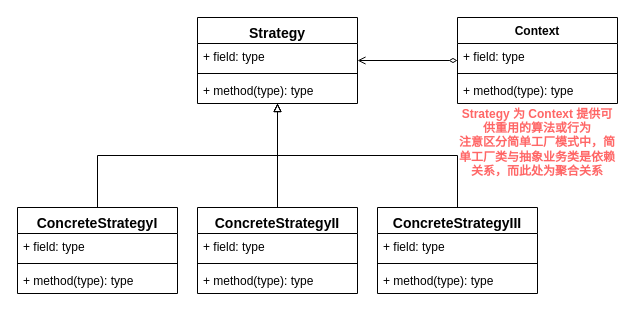
This is page "简单工厂模式" (2 of 6) of docs/Figures/Design Pattern/Design Pattern.drawio from LulietLyan/Internship-Basic, a draw.io file, before an edit. Source tidied: cells renumbered, new cells numbered last; positions are measured from the earlier drawing's top-left corner, leaving out a move shared by most shapes. Both pictures are drawn from the tidied source at 100%, with x=0, y=0 at pixel (17, 17).
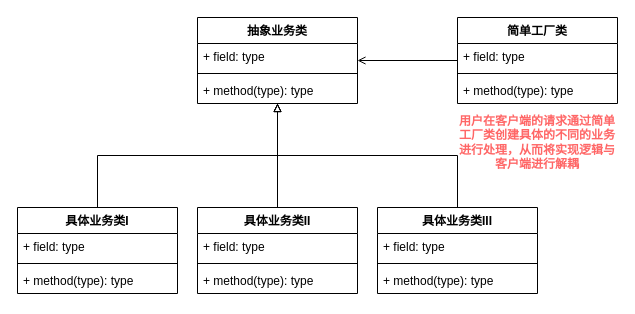
The same diagram, later.

Diff of the diagram source:
```diff
@@
-    <mxCell id="2" value="&lt;div style=&quot;font-size: 14px; line-height: 19px; white-space: pre;&quot;&gt;&lt;font style=&quot;color: rgb(0, 0, 0);&quot; face=&quot;Helvetica&quot;&gt;Strategy&lt;/font&gt;&lt;/div&gt;" style="swimlane;fontStyle=1;align=center;verticalAlign=top;horizontal=1;startSize=26;whiteSpace=wrap;html=1;labelBackgroundColor=none;" parent="1" vertex="1">
+    <mxCell id="2" value="抽象业务类" style="swimlane;fontStyle=1;align=center;verticalAlign=top;horizontal=1;startSize=26;whiteSpace=wrap;html=1;" parent="1" vertex="1">
       <mxGeometry x="180" width="160" height="86" as="geometry" />
     </mxCell>
@@
-    <mxCell id="7" value="&lt;div style=&quot;font-size: 14px; line-height: 19px; white-space: pre;&quot;&gt;&lt;font face=&quot;Helvetica&quot; style=&quot;color: rgb(0, 0, 0);&quot;&gt;ConcreteStrategyI&lt;/font&gt;&lt;/div&gt;" style="swimlane;fontStyle=1;align=center;verticalAlign=top;horizontal=1;startSize=26;whiteSpace=wrap;html=1;labelBackgroundColor=none;" parent="1" vertex="1">
+    <mxCell id="7" value="具体业务类I" style="swimlane;fontStyle=1;align=center;verticalAlign=top;horizontal=1;startSize=26;whiteSpace=wrap;html=1;" parent="1" vertex="1">
       <mxGeometry y="190" width="160" height="86" as="geometry" />
     </mxCell>
@@
-    <mxCell id="12" value="&lt;div style=&quot;font-size: 14px; line-height: 19px; white-space: pre;&quot;&gt;&lt;font face=&quot;Helvetica&quot; style=&quot;color: rgb(0, 0, 0);&quot;&gt;ConcreteStrategyII&lt;/font&gt;&lt;/div&gt;" style="swimlane;fontStyle=1;align=center;verticalAlign=top;horizontal=1;startSize=26;whiteSpace=wrap;html=1;labelBackgroundColor=none;" parent="1" vertex="1">
+    <mxCell id="12" value="具体业务类II" style="swimlane;fontStyle=1;align=center;verticalAlign=top;horizontal=1;startSize=26;whiteSpace=wrap;html=1;" parent="1" vertex="1">
       <mxGeometry x="180" y="190" width="160" height="86" as="geometry" />
     </mxCell>
-    <mxCell id="13" value="+ field: type" style="text;strokeColor=none;fillColor=none;align=left;verticalAlign=top;spacingLeft=4;spacingRight=4;overflow=hidden;whiteSpace=wrap;html=1;labelBackgroundColor=none;" parent="12" vertex="1">
+    <mxCell id="13" value="+ field: type" style="text;strokeColor=none;fillColor=none;align=left;verticalAlign=top;spacingLeft=4;spacingRight=4;overflow=hidden;whiteSpace=wrap;html=1;" parent="12" vertex="1">
       <mxGeometry y="26" width="160" height="26" as="geometry" />
     </mxCell>
@@
-    <mxCell id="17" value="&lt;div style=&quot;font-size: 14px; line-height: 19px; white-space: pre;&quot;&gt;&lt;span&gt;&lt;font face=&quot;Helvetica&quot; style=&quot;color: rgb(0, 0, 0);&quot;&gt;ConcreteStrategyIII&lt;/font&gt;&lt;/span&gt;&lt;/div&gt;" style="swimlane;fontStyle=1;align=center;verticalAlign=top;horizontal=1;startSize=26;whiteSpace=wrap;html=1;labelBackgroundColor=none;" parent="1" vertex="1">
+    <mxCell id="17" value="具体业务类III" style="swimlane;fontStyle=1;align=center;verticalAlign=top;horizontal=1;startSize=26;whiteSpace=wrap;html=1;" parent="1" vertex="1">
       <mxGeometry x="360" y="190" width="160" height="86" as="geometry" />
     </mxCell>
@@
-    <mxCell id="21" style="edgeStyle=orthogonalEdgeStyle;rounded=0;jettySize=auto;html=1;exitX=0;exitY=0.5;exitDx=0;exitDy=0;endArrow=open;endFill=0;startArrow=diamondThin;startFill=0;" parent="1" edge="1" source="22" target="2">
+    <mxCell id="21" style="edgeStyle=orthogonalEdgeStyle;rounded=0;jettySize=auto;html=1;exitX=0;exitY=0.5;exitDx=0;exitDy=0;endArrow=open;endFill=0;" parent="1" edge="1" source="22" target="2">
       <mxGeometry relative="1" as="geometry" />
     </mxCell>
-    <mxCell id="22" value="Context" style="swimlane;fontStyle=1;align=center;verticalAlign=top;horizontal=1;startSize=26;whiteSpace=wrap;html=1;" parent="1" vertex="1">
+    <mxCell id="22" value="简单工厂类" style="swimlane;fontStyle=1;align=center;verticalAlign=top;horizontal=1;startSize=26;whiteSpace=wrap;html=1;" parent="1" vertex="1">
       <mxGeometry x="440" width="160" height="86" as="geometry" />
     </mxCell>
@@
-    <mxCell id="26" value="&lt;font style=&quot;color: rgb(255, 102, 102);&quot;&gt;&lt;b&gt;Strategy 为 Context 提供可供重用的算法或行为&lt;/b&gt;&lt;/font&gt;&lt;div&gt;&lt;font style=&quot;color: rgb(255, 102, 102);&quot;&gt;&lt;b&gt;注意区分简单工厂模式中，简单工厂类与抽象业务类是依赖关系，而此处为聚合关系&lt;/b&gt;&lt;/font&gt;&lt;/div&gt;" style="text;html=1;whiteSpace=wrap;strokeColor=none;fillColor=none;align=center;verticalAlign=middle;rounded=0;" parent="1" vertex="1">
+    <mxCell id="26" value="&lt;font style=&quot;color: rgb(255, 102, 102);&quot;&gt;&lt;b&gt;用户在客户端的请求通过简单工厂类创建具体的不同的业务进行处理，从而将实现逻辑与客户端进行解耦&lt;/b&gt;&lt;/font&gt;" style="text;html=1;whiteSpace=wrap;strokeColor=none;fillColor=none;align=center;verticalAlign=middle;rounded=0;" parent="1" vertex="1">
       <mxGeometry x="440" y="110" width="160" height="30" as="geometry" />
     </mxCell>
```
